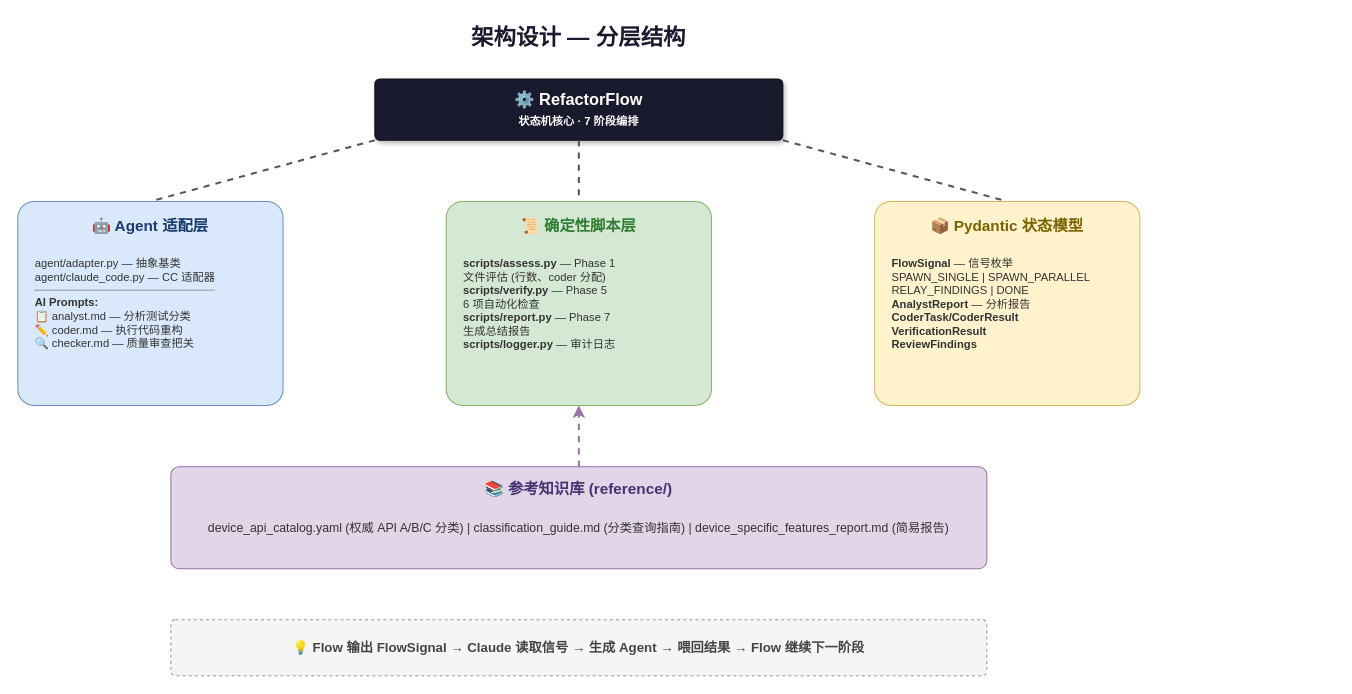
Earlier version of the draw.io diagram pytorch-test-refactoring/.assets/diagrams/architecture.drawio (KarhouTam/agent-skills). Source tidied: cells renumbered, new cells numbered last; positions are measured from the earlier drawing's top-left corner, leaving out a move shared by most shapes. Both pictures are drawn from the tidied source at 102%, with x=0, y=0 at pixel (17, 17).
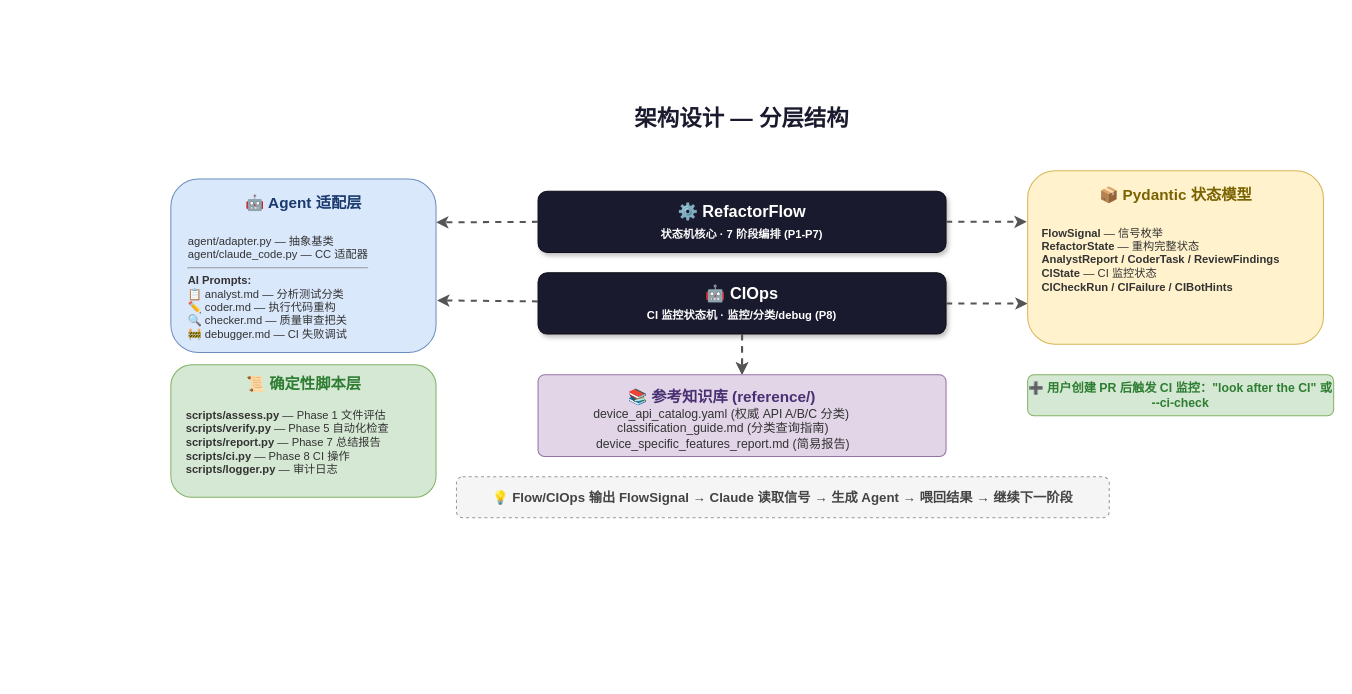
The same diagram, later.

Diff of the diagram source:
```diff
@@
     <mxCell id="2" value="架构设计 — 分层结构" style="text;html=1;strokeColor=none;fillColor=none;align=center;verticalAlign=middle;whiteSpace=wrap;fontSize=22;fontStyle=1;fontColor=#1a1a2e;" parent="1" vertex="1">
-      <mxGeometry x="300" width="500" height="40" as="geometry" />
+      <mxGeometry x="460" y="80" width="500" height="40" as="geometry" />
     </mxCell>
-    <mxCell id="3" style="rounded=1;whiteSpace=wrap;html=1;fillColor=#1a1a2e;strokeColor=#0d0d17;arcSize=8;shadow=1;" parent="1" vertex="1">
-      <mxGeometry x="350" y="60" width="400" height="60" as="geometry" />
-    </mxCell>
-    <mxCell id="4" value="⚙️ RefactorFlow&lt;br&gt;&lt;font style=&quot;font-size:11px;&quot;&gt;状态机核心 · 7 阶段编排&lt;/font&gt;" style="text;html=1;strokeColor=none;fillColor=none;align=center;verticalAlign=middle;whiteSpace=wrap;fontSize=16;fontStyle=1;fontColor=#ffffff;" parent="1" vertex="1">
-      <mxGeometry x="360" y="65" width="380" height="50" as="geometry" />
-    </mxCell>
-    <mxCell id="5" style="endArrow=none;html=1;strokeWidth=2;strokeColor=#555;dashed=1;" parent="1" edge="1">
-      <mxGeometry relative="1" as="geometry">
-        <mxPoint x="350" y="120" as="sourcePoint" />
-        <mxPoint x="130" y="180" as="targetPoint" />
-      </mxGeometry>
-    </mxCell>
-    <mxCell id="6" style="endArrow=none;html=1;strokeWidth=2;strokeColor=#555;dashed=1;" parent="1" edge="1">
-      <mxGeometry relative="1" as="geometry">
-        <mxPoint x="550" y="120" as="sourcePoint" />
-        <mxPoint x="550" y="180" as="targetPoint" />
-      </mxGeometry>
-    </mxCell>
-    <mxCell id="7" style="endArrow=none;html=1;strokeWidth=2;strokeColor=#555;dashed=1;" parent="1" edge="1">
-      <mxGeometry relative="1" as="geometry">
-        <mxPoint x="750" y="120" as="sourcePoint" />
-        <mxPoint x="970" y="180" as="targetPoint" />
-      </mxGeometry>
-    </mxCell>
+    <mxCell id="23" style="rounded=1;whiteSpace=wrap;html=1;fillColor=#1a1a2e;strokeColor=#0d0d17;shadow=1;" parent="1" vertex="1">
+      <mxGeometry x="510" y="170" width="400" height="60" as="geometry" />
+    </mxCell>
+    <mxCell id="24" value="⚙️ RefactorFlow&lt;br&gt;&lt;font style=&quot;font-size:11px;&quot;&gt;状态机核心 · 7 阶段编排 (P1-P7)&lt;/font&gt;" style="text;html=1;strokeColor=none;fillColor=none;align=center;verticalAlign=middle;whiteSpace=wrap;fontSize=16;fontColor=#ffffff;fontStyle=1;" parent="1" vertex="1">
+      <mxGeometry x="520" y="175" width="380" height="50" as="geometry" />
+    </mxCell>
+    <mxCell id="25" style="rounded=1;whiteSpace=wrap;html=1;fillColor=#1a1a2e;strokeColor=#0d0d17;shadow=1;" parent="1" vertex="1">
+      <mxGeometry x="510" y="250" width="400" height="60" as="geometry" />
+    </mxCell>
+    <mxCell id="26" value="🤖 CIOps&lt;br&gt;&lt;font style=&quot;font-size:11px;&quot;&gt;CI 监控状态机 · 监控/分类/debug (P8)&lt;/font&gt;" style="text;html=1;strokeColor=none;fillColor=none;align=center;verticalAlign=middle;whiteSpace=wrap;fontSize=16;fontColor=#ffffff;fontStyle=1;" parent="1" vertex="1">
+      <mxGeometry x="520" y="255" width="380" height="50" as="geometry" />
+    </mxCell>
+    <mxCell id="27" style="endArrow=classic;html=1;strokeWidth=2;strokeColor=#555;dashed=1;entryX=1;entryY=0.25;entryDx=0;entryDy=0;exitX=0;exitY=0.5;exitDx=0;exitDy=0;" parent="1" edge="1" source="23" target="8">
+      <mxGeometry relative="1" as="geometry" />
+    </mxCell>
+    <mxCell id="28" style="endArrow=classic;html=1;strokeWidth=2;strokeColor=#555;dashed=1;entryX=1.004;entryY=0.7;entryDx=0;entryDy=0;entryPerimeter=0;" parent="1" edge="1" target="8">
+      <mxGeometry relative="1" as="geometry">
+        <mxPoint x="510" y="278" as="sourcePoint" />
+      </mxGeometry>
+    </mxCell>
+    <mxCell id="29" style="endArrow=classic;html=1;strokeWidth=2;strokeColor=#555;dashed=1;" parent="1" edge="1">
+      <mxGeometry relative="1" as="geometry">
+        <mxPoint x="710" y="310" as="sourcePoint" />
+        <mxPoint x="710" y="350" as="targetPoint" />
+      </mxGeometry>
+    </mxCell>
+    <mxCell id="30" style="endArrow=classic;html=1;strokeWidth=2;strokeColor=#555;dashed=1;" parent="1" edge="1">
+      <mxGeometry relative="1" as="geometry">
+        <mxPoint x="710" y="310" as="sourcePoint" />
+        <mxPoint x="710" y="350" as="targetPoint" />
+      </mxGeometry>
+    </mxCell>
+    <mxCell id="31" style="endArrow=classic;html=1;strokeWidth=2;strokeColor=#555;dashed=1;exitX=1;exitY=0.5;exitDx=0;exitDy=0;entryX=-0.003;entryY=0.294;entryDx=0;entryDy=0;entryPerimeter=0;" parent="1" edge="1" source="23" target="14">
+      <mxGeometry relative="1" as="geometry" />
+    </mxCell>
+    <mxCell id="32" style="endArrow=classic;html=1;strokeWidth=2;strokeColor=#555;dashed=1;entryX=0;entryY=0.765;entryDx=0;entryDy=0;exitX=1;exitY=0.5;exitDx=0;exitDy=0;entryPerimeter=0;" parent="1" edge="1" source="25" target="14">
+      <mxGeometry relative="1" as="geometry" />
+    </mxCell>
+    <mxCell id="17" style="rounded=1;whiteSpace=wrap;html=1;fillColor=#e1d5e7;strokeColor=#9673a6;arcSize=8;" parent="1" vertex="1">
+      <mxGeometry x="510" y="350" width="400" height="80" as="geometry" />
+    </mxCell>
+    <mxCell id="18" value="📚 参考知识库 (reference/)" style="text;html=1;strokeColor=none;fillColor=none;align=center;verticalAlign=middle;fontSize=15;fontColor=#4a3073;fontStyle=1;" parent="1" vertex="1">
+      <mxGeometry x="300" y="358" width="780" height="25" as="geometry" />
+    </mxCell>
+    <mxCell id="19" value="device_api_catalog.yaml (权威 API A/B/C 分类)&lt;div&gt;&amp;nbsp;classification_guide.md (分类查询指南)&lt;/div&gt;&lt;div&gt;&amp;nbsp;device_specific_features_report.md (简易报告)&lt;/div&gt;" style="text;html=1;strokeColor=none;fillColor=none;align=center;verticalAlign=middle;whiteSpace=wrap;fontSize=12;fontColor=#333;" parent="1" vertex="1">
+      <mxGeometry x="300" y="383" width="780" height="40" as="geometry" />
+    </mxCell>
+    <mxCell id="33" value="💡 Flow/CIOps 输出 FlowSignal → Claude 读取信号 → 生成 Agent → 喂回结果 → 继续下一阶段" style="text;html=1;strokeColor=#999;fillColor=#f5f5f5;align=center;verticalAlign=middle;whiteSpace=wrap;fontSize=13;fontColor=#444;fontStyle=1;rounded=1;dashed=1;" parent="1" vertex="1">
+      <mxGeometry x="430" y="450" width="640" height="40" as="geometry" />
+    </mxCell>
+    <mxCell id="34" value="➕ 用户创建 PR 后触发 CI 监控：&quot;look after the CI&quot; 或 --ci-check" style="text;html=1;strokeColor=#82b366;fillColor=#d5e8d4;align=center;verticalAlign=middle;whiteSpace=wrap;fontSize=12;fontColor=#2e7d32;fontStyle=1;rounded=1;" parent="1" vertex="1">
+      <mxGeometry x="990" y="350" width="300" height="40" as="geometry" />
+    </mxCell>
+    <mxCell id="35" style="group;" parent="1" vertex="1">
+      <mxGeometry x="150" y="158" width="260" height="170" as="geometry" />
+    </mxCell>
-    <mxCell id="8" style="rounded=1;whiteSpace=wrap;html=1;fillColor=#dae8fc;strokeColor=#6c8ebf;arcSize=8;" parent="1" vertex="1">
-      <mxGeometry y="180" width="260" height="200" as="geometry" />
+    <mxCell id="8" style="rounded=1;whiteSpace=wrap;html=1;fillColor=#dae8fc;strokeColor=#6c8ebf;arcSize=16;" parent="35" vertex="1">
+      <mxGeometry width="260" height="170" as="geometry" />
     </mxCell>
-    <mxCell id="9" value="🤖 Agent 适配层" style="text;html=1;strokeColor=none;fillColor=none;align=center;verticalAlign=middle;whiteSpace=wrap;fontSize=15;fontStyle=1;fontColor=#1a3a6e;" parent="1" vertex="1">
-      <mxGeometry x="10" y="188" width="240" height="30" as="geometry" />
+    <mxCell id="9" value="🤖 Agent 适配层" style="text;html=1;strokeColor=none;fillColor=none;align=center;verticalAlign=middle;fontSize=15;fontColor=#1a3a6e;fontStyle=1;" parent="35" vertex="1">
+      <mxGeometry x="10" y="8" width="240" height="30" as="geometry" />
     </mxCell>
-    <mxCell id="10" value="agent/adapter.py — 抽象基类&lt;br&gt;agent/claude_code.py — CC 适配器&lt;br&gt;&lt;hr size=&quot;1&quot;&gt;&lt;b&gt;AI Prompts:&lt;/b&gt;&lt;br&gt;📋 analyst.md — 分析测试分类&lt;br&gt;✏️ coder.md — 执行代码重构&lt;br&gt;🔍 checker.md — 质量审查把关" style="text;html=1;strokeColor=none;fillColor=none;align=left;verticalAlign=top;whiteSpace=wrap;fontSize=11;fontColor=#333;" parent="1" vertex="1">
-      <mxGeometry x="15" y="228" width="235" height="140" as="geometry" />
+    <mxCell id="10" value="agent/adapter.py — 抽象基类&lt;br&gt;agent/claude_code.py — CC 适配器&lt;br&gt;&lt;hr size=&quot;1&quot; /&gt;&lt;b&gt;AI Prompts:&lt;/b&gt;&lt;br&gt;📋 analyst.md — 分析测试分类&lt;br&gt;✏️ coder.md — 执行代码重构&lt;br&gt;🔍 checker.md — 质量审查把关&lt;br&gt;🚧 debugger.md — CI 失败调试" style="text;html=1;strokeColor=none;fillColor=none;align=left;verticalAlign=top;whiteSpace=wrap;fontSize=11;fontColor=#333;" parent="35" vertex="1">
+      <mxGeometry x="15" y="48" width="235" height="115" as="geometry" />
     </mxCell>
+    <mxCell id="36" style="group;" parent="1" vertex="1">
+      <mxGeometry x="990" y="150" width="290" height="170" as="geometry" />
+    </mxCell>
+    <mxCell id="14" style="rounded=1;whiteSpace=wrap;html=1;fillColor=#fff2cc;strokeColor=#d6b656;arcSize=16;" parent="36" vertex="1">
+      <mxGeometry width="290" height="170" as="geometry" />
+    </mxCell>
+    <mxCell id="15" value="📦 Pydantic 状态模型" style="text;html=1;strokeColor=none;fillColor=none;align=center;verticalAlign=middle;fontSize=15;fontColor=#7a6200;fontStyle=1;" parent="36" vertex="1">
+      <mxGeometry x="8.3" y="8" width="273.4" height="30" as="geometry" />
+    </mxCell>
+    <mxCell id="16" value="&lt;b&gt;FlowSignal&lt;/b&gt; — 信号枚举&lt;br&gt;&lt;b&gt;RefactorState&lt;/b&gt; — 重构完整状态&lt;br&gt;&lt;b&gt;AnalystReport / CoderTask / ReviewFindings&lt;/b&gt;&lt;br&gt;&lt;b&gt;CIState&lt;/b&gt; — CI 监控状态&lt;br&gt;&lt;b&gt;CICheckRun / CIFailure / CIBotHints&lt;/b&gt;" style="text;html=1;strokeColor=none;fillColor=none;align=left;verticalAlign=top;whiteSpace=wrap;fontSize=11;fontColor=#333;" parent="36" vertex="1">
+      <mxGeometry x="12.4" y="48" width="269.3" height="115" as="geometry" />
+    </mxCell>
+    <mxCell id="37" style="group;" parent="1" vertex="1">
+      <mxGeometry x="150" y="340" width="260" height="130" as="geometry" />
+    </mxCell>
-    <mxCell id="11" style="rounded=1;whiteSpace=wrap;html=1;fillColor=#d5e8d4;strokeColor=#82b366;arcSize=8;" parent="1" vertex="1">
-      <mxGeometry x="420" y="180" width="260" height="200" as="geometry" />
+    <mxCell id="11" style="rounded=1;whiteSpace=wrap;html=1;fillColor=#d5e8d4;strokeColor=#82b366;arcSize=16;" parent="37" vertex="1">
+      <mxGeometry width="260" height="130" as="geometry" />
     </mxCell>
-    <mxCell id="12" value="📜 确定性脚本层" style="text;html=1;strokeColor=none;fillColor=none;align=center;verticalAlign=middle;whiteSpace=wrap;fontSize=15;fontStyle=1;fontColor=#2e7d32;" parent="1" vertex="1">
-      <mxGeometry x="430" y="188" width="240" height="30" as="geometry" />
+    <mxCell id="12" value="📜 确定性脚本层" style="text;html=1;strokeColor=none;fillColor=none;align=center;verticalAlign=middle;fontSize=15;fontColor=#2e7d32;fontStyle=1;" parent="37" vertex="1">
+      <mxGeometry x="8.4" y="6.1" width="243.2" height="22.9" as="geometry" />
     </mxCell>
-    <mxCell id="13" value="&lt;b&gt;scripts/assess.py&lt;/b&gt; — Phase 1&lt;br&gt;文件评估 (行数、coder 分配)&lt;br&gt;&lt;b&gt;scripts/verify.py&lt;/b&gt; — Phase 5&lt;br&gt;6 项自动化检查&lt;br&gt;&lt;b&gt;scripts/report.py&lt;/b&gt; — Phase 7&lt;br&gt;生成总结报告&lt;br&gt;&lt;b&gt;scripts/logger.py&lt;/b&gt; — 审计日志" style="text;html=1;strokeColor=none;fillColor=none;align=left;verticalAlign=top;whiteSpace=wrap;fontSize=11;fontColor=#333;" parent="1" vertex="1">
-      <mxGeometry x="435" y="228" width="235" height="140" as="geometry" />
+    <mxCell id="13" value="&lt;b&gt;scripts/assess.py&lt;/b&gt; — Phase 1 文件评估&lt;br&gt;&lt;b&gt;scripts/verify.py&lt;/b&gt; — Phase 5 自动化检查&lt;br&gt;&lt;b&gt;scripts/report.py&lt;/b&gt; — Phase 7 总结报告&lt;br&gt;&lt;b&gt;scripts/ci.py&lt;/b&gt; — Phase 8 CI 操作&lt;br&gt;&lt;b&gt;scripts/logger.py&lt;/b&gt; — 审计日志" style="text;html=1;strokeColor=none;fillColor=none;align=left;verticalAlign=top;whiteSpace=wrap;fontSize=11;fontColor=#333;" parent="37" vertex="1">
+      <mxGeometry x="12.6" y="36.7" width="239" height="87.9" as="geometry" />
     </mxCell>
-    <mxCell id="14" style="rounded=1;whiteSpace=wrap;html=1;fillColor=#fff2cc;strokeColor=#d6b656;arcSize=8;" parent="1" vertex="1">
-      <mxGeometry x="840" y="180" width="260" height="200" as="geometry" />
-    </mxCell>
-    <mxCell id="15" value="📦 Pydantic 状态模型" style="text;html=1;strokeColor=none;fillColor=none;align=center;verticalAlign=middle;whiteSpace=wrap;fontSize=15;fontStyle=1;fontColor=#7a6200;" parent="1" vertex="1">
-      <mxGeometry x="850" y="188" width="240" height="30" as="geometry" />
-    </mxCell>
-    <mxCell id="16" value="&lt;b&gt;FlowSignal&lt;/b&gt; — 信号枚举&lt;br&gt;SPAWN_SINGLE | SPAWN_PARALLEL&lt;br&gt;RELAY_FINDINGS | DONE&lt;br&gt;&lt;b&gt;AnalystReport&lt;/b&gt; — 分析报告&lt;br&gt;&lt;b&gt;CoderTask/CoderResult&lt;/b&gt;&lt;br&gt;&lt;b&gt;VerificationResult&lt;/b&gt;&lt;br&gt;&lt;b&gt;ReviewFindings&lt;/b&gt;" style="text;html=1;strokeColor=none;fillColor=none;align=left;verticalAlign=top;whiteSpace=wrap;fontSize=11;fontColor=#333;" parent="1" vertex="1">
-      <mxGeometry x="855" y="228" width="235" height="140" as="geometry" />
-    </mxCell>
-    <mxCell id="17" style="rounded=1;whiteSpace=wrap;html=1;fillColor=#e1d5e7;strokeColor=#9673a6;arcSize=8;" parent="1" vertex="1">
-      <mxGeometry x="150" y="440" width="800" height="100" as="geometry" />
-    </mxCell>
-    <mxCell id="18" value="📚 参考知识库 (reference/)" style="text;html=1;strokeColor=none;fillColor=none;align=center;verticalAlign=middle;whiteSpace=wrap;fontSize=15;fontStyle=1;fontColor=#4a3073;" parent="1" vertex="1">
-      <mxGeometry x="160" y="448" width="780" height="25" as="geometry" />
-    </mxCell>
-    <mxCell id="19" value="device_api_catalog.yaml (权威 API A/B/C 分类)  |  classification_guide.md (分类查询指南)  |  device_specific_features_report.md (简易报告)" style="text;html=1;strokeColor=none;fillColor=none;align=center;verticalAlign=middle;whiteSpace=wrap;fontSize=12;fontColor=#333;" parent="1" vertex="1">
-      <mxGeometry x="160" y="473" width="780" height="55" as="geometry" />
-    </mxCell>
-    <mxCell id="20" style="endArrow=classic;html=1;strokeWidth=2;strokeColor=#9673a6;dashed=1;" parent="1" edge="1">
-      <mxGeometry relative="1" as="geometry">
-        <mxPoint x="550" y="440" as="sourcePoint" />
-        <mxPoint x="550" y="380" as="targetPoint" />
-      </mxGeometry>
-    </mxCell>
-    <mxCell id="21" style="rounded=1;whiteSpace=wrap;html=1;fillColor=#f5f5f5;strokeColor=#999;arcSize=8;dashed=1;" parent="1" vertex="1">
-      <mxGeometry x="150" y="590" width="800" height="55" as="geometry" />
-    </mxCell>
-    <mxCell id="22" value="💡 Flow 输出 FlowSignal → Claude 读取信号 → 生成 Agent → 喂回结果 → Flow 继续下一阶段" style="text;html=1;strokeColor=none;fillColor=none;align=center;verticalAlign=middle;whiteSpace=wrap;fontSize=13;fontStyle=1;fontColor=#444;" parent="1" vertex="1">
-      <mxGeometry x="160" y="597" width="780" height="40" as="geometry" />
-    </mxCell>
```
